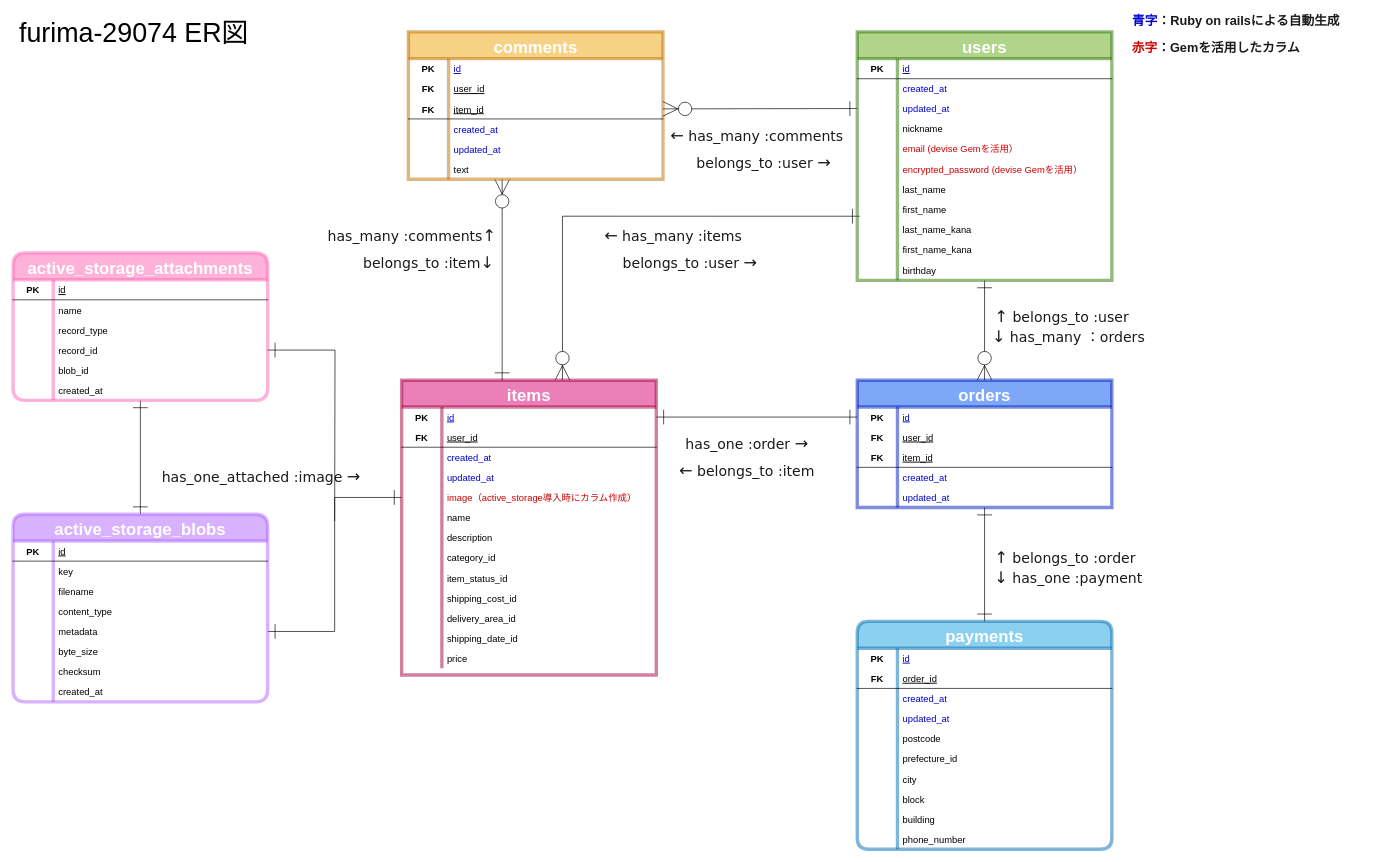
Earlier version of the draw.io diagram RE.dio (k-foo/furima-29074). Source tidied: cells renumbered, new cells numbered last; positions are measured from the earlier drawing's top-left corner, leaving out a move shared by most shapes. Both pictures are drawn from the tidied source at 67%, with x=0, y=0 at pixel (13, 11).
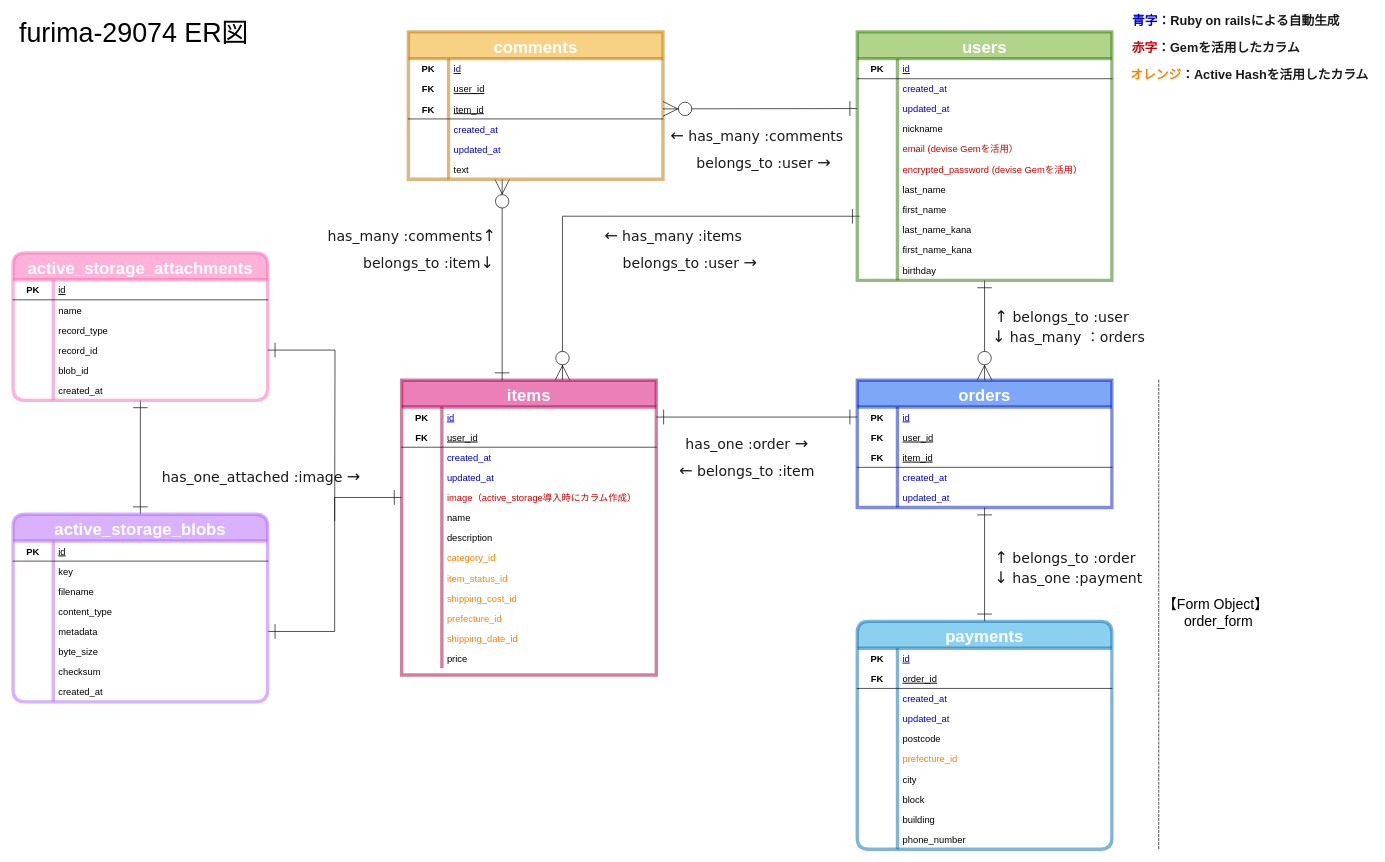
The same diagram, later.

Commit message (it also covers changes not shown here):
ER図・READMEの修正

カラム名に修正があったため。

The change refers to these unchanged cells:
```xml
<mxCell id="41" style="shape=partialRectangle;fillColor=none;top=0;left=0;bottom=0;right=0;" parent="19" vertex="1">
  <mxGeometry y="250" width="380" height="30" as="geometry" />
</mxCell>
<mxCell id="44" style="shape=partialRectangle;fillColor=none;top=0;left=0;bottom=0;right=0;" parent="19" vertex="1">
  <mxGeometry y="280" width="380" height="30" as="geometry" />
</mxCell>
<mxCell id="47" style="shape=partialRectangle;fillColor=none;top=0;left=0;bottom=0;right=0;" parent="19" vertex="1">
  <mxGeometry y="310" width="380" height="30" as="geometry" />
</mxCell>
<mxCell id="50" style="shape=partialRectangle;fillColor=none;top=0;left=0;bottom=0;right=0;" parent="19" vertex="1">
  <mxGeometry y="340" width="380" height="30" as="geometry" />
</mxCell>
<mxCell id="53" style="shape=partialRectangle;fillColor=none;top=0;left=0;bottom=0;right=0;" parent="19" vertex="1">
  <mxGeometry y="370" width="380" height="30" as="geometry" />
</mxCell>
<mxCell id="147" style="shape=partialRectangle;fillColor=none;top=0;left=0;bottom=0;right=0;" parent="131" vertex="1">
  <mxGeometry y="190" width="380" height="30" as="geometry" />
</mxCell>
```

The edit, as a diff of the source:
```diff
@@
-    <mxCell id="43" value="category_id" style="shape=partialRectangle;fillColor=none;top=0;left=0;bottom=0;right=0;align=left;spacingLeft=6;overflow=hidden;fontSize=14;" parent="41" vertex="1">
+    <mxCell id="43" value="category_id" style="shape=partialRectangle;fillColor=none;top=0;left=0;bottom=0;right=0;align=left;spacingLeft=6;overflow=hidden;fontSize=14;fontColor=#FF8000;" parent="41" vertex="1">
       <mxGeometry x="60" width="320" height="30" as="geometry" />
     </mxCell>
@@
-    <mxCell id="46" value="item_status_id" style="shape=partialRectangle;fillColor=none;top=0;left=0;bottom=0;right=0;align=left;spacingLeft=6;overflow=hidden;fontSize=14;" parent="44" vertex="1">
+    <mxCell id="46" value="item_status_id" style="shape=partialRectangle;fillColor=none;top=0;left=0;bottom=0;right=0;align=left;spacingLeft=6;overflow=hidden;fontSize=14;fontColor=#FF8000;" parent="44" vertex="1">
       <mxGeometry x="60" width="320" height="30" as="geometry" />
     </mxCell>
@@
-    <mxCell id="49" value="shipping_cost_id" style="shape=partialRectangle;fillColor=none;top=0;left=0;bottom=0;right=0;align=left;spacingLeft=6;overflow=hidden;fontSize=14;" parent="47" vertex="1">
+    <mxCell id="49" value="shipping_cost_id" style="shape=partialRectangle;fillColor=none;top=0;left=0;bottom=0;right=0;align=left;spacingLeft=6;overflow=hidden;fontSize=14;fontColor=#FF8000;" parent="47" vertex="1">
       <mxGeometry x="60" width="320" height="30" as="geometry" />
     </mxCell>
@@
-    <mxCell id="52" value="delivery_area_id" style="shape=partialRectangle;fillColor=none;top=0;left=0;bottom=0;right=0;align=left;spacingLeft=6;overflow=hidden;fontSize=14;" parent="50" vertex="1">
+    <mxCell id="52" value="prefecture_id" style="shape=partialRectangle;fillColor=none;top=0;left=0;bottom=0;right=0;align=left;spacingLeft=6;overflow=hidden;fontSize=14;fontColor=#FF8000;" parent="50" vertex="1">
       <mxGeometry x="60" width="320" height="30" as="geometry" />
     </mxCell>
@@
-    <mxCell id="55" value="shipping_date_id" style="shape=partialRectangle;fillColor=none;top=0;left=0;bottom=0;right=0;align=left;spacingLeft=6;overflow=hidden;fontSize=14;" parent="53" vertex="1">
+    <mxCell id="55" value="shipping_date_id" style="shape=partialRectangle;fillColor=none;top=0;left=0;bottom=0;right=0;align=left;spacingLeft=6;overflow=hidden;fontSize=14;fontColor=#FF8000;" parent="53" vertex="1">
       <mxGeometry x="60" width="320" height="30" as="geometry" />
     </mxCell>
@@
-    <mxCell id="149" value="prefecture_id" style="shape=partialRectangle;fillColor=none;top=0;left=0;bottom=0;right=0;align=left;spacingLeft=6;overflow=hidden;fontSize=14;" parent="147" vertex="1">
+    <mxCell id="149" value="prefecture_id" style="shape=partialRectangle;fillColor=none;top=0;left=0;bottom=0;right=0;align=left;spacingLeft=6;overflow=hidden;fontSize=14;fontColor=#FF8000;" parent="147" vertex="1">
       <mxGeometry x="60" width="320" height="30" as="geometry" />
     </mxCell>
@@
+    <mxCell id="211" value="　【Form Object】&#10;　　order_form" style="shape=partialRectangle;fillColor=none;align=left;verticalAlign=middle;strokeColor=none;spacingLeft=34;fontSize=21;flipV=1;flipH=1;" parent="1" vertex="1">
+      <mxGeometry x="1670" y="540" width="270" height="710" as="geometry" />
+    </mxCell>
+    <mxCell id="212" style="shape=partialRectangle;top=0;left=0;bottom=0;fillColor=none;stokeWidth=1;dashed=1;align=left;verticalAlign=middle;spacingLeft=4;spacingRight=4;overflow=hidden;" parent="211" vertex="1">
+      <mxGeometry y="10" width="40" height="700" as="geometry" />
+    </mxCell>
+    <mxCell id="213" value="&lt;font style=&quot;font-size: 19px&quot; color=&quot;#ff8000&quot;&gt;オレンジ&lt;/font&gt;&lt;font style=&quot;font-size: 19px&quot; color=&quot;#1a1a1a&quot;&gt;：Active Hashを活用したカラム&lt;/font&gt;" style="text;html=1;align=center;verticalAlign=middle;fontSize=19;fontColor=#CC0000;fontStyle=1;" parent="1" vertex="1">
+      <mxGeometry x="1660" y="80" width="370" height="30" as="geometry" />
+    </mxCell>
```
